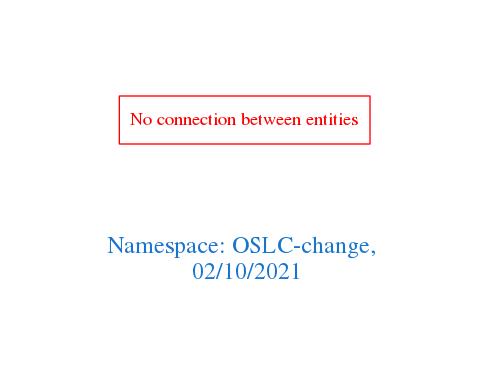
The Graphviz diagram downloads/OSLC-change.png in arago/OGIT, before a commit. Its source is kept beside it as downloads/OSLC-change.dot.
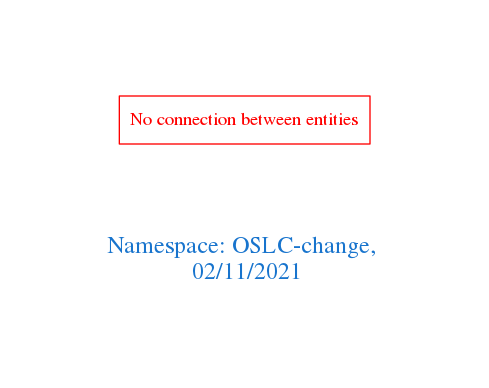
The same file after the commit.

Change to the diagram source:
```diff
@@ -1,7 +1,7 @@
 digraph OGIT_ontology {
  graph [ rankdir= LR,pad=1
 fontsize = 18,
-fontcolor= dodgerblue3,label = "\n\n\nNamespace: OSLC-change, \n 02/10/2021"];
+fontcolor= dodgerblue3,label = "\n\n\nNamespace: OSLC-change, \n 02/11/2021"];
 node[shape=polygon];
 edge [  color="gray81"];
 
```
